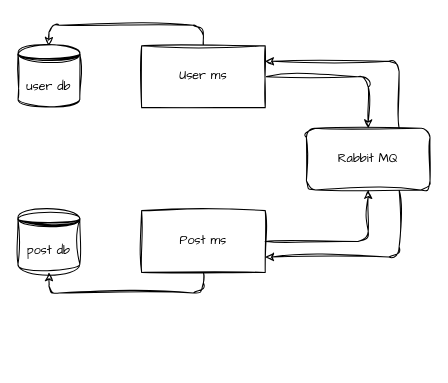
This is docs/list_architect.drawio from bigracooon/todolist, a draw.io file, before an edit. Source tidied: cells renumbered, new cells numbered last; positions are measured from the earlier drawing's top-left corner, leaving out a move shared by most shapes. Both pictures are drawn from the tidied source at 103%, with x=0, y=0 at pixel (18, 45).
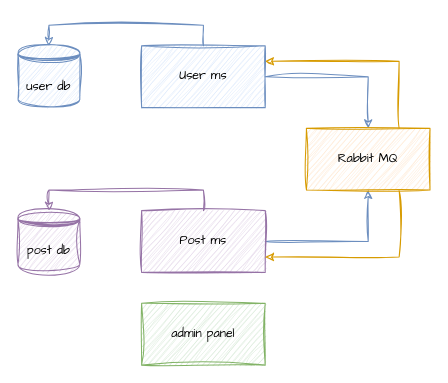
Above is the later version.

What changed in the source:
```diff
@@
 <mxGraphModel>
   <root>
     <mxCell id="0" />
     <mxCell id="1" parent="0" />
-    <mxCell id="2" style="edgeStyle=orthogonalEdgeStyle;rounded=1;sketch=1;hachureGap=4;jiggle=2;curveFitting=1;jettySize=auto;html=1;exitX=1;exitY=0.5;exitDx=0;exitDy=0;entryX=0.5;entryY=0;entryDx=0;entryDy=0;fontFamily=Architects Daughter;" parent="1" edge="1" source="4" target="10">
+    <mxCell id="2" style="edgeStyle=orthogonalEdgeStyle;rounded=0;hachureGap=4;jiggle=2;curveFitting=1;jettySize=auto;html=1;exitX=1;exitY=0.5;exitDx=0;exitDy=0;entryX=0.5;entryY=0;entryDx=0;entryDy=0;fontFamily=Architects Daughter;fillColor=#dae8fc;strokeColor=#6c8ebf;sketch=1;" parent="1" edge="1" source="4" target="10">
       <mxGeometry relative="1" as="geometry" />
     </mxCell>
-    <mxCell id="3" style="edgeStyle=orthogonalEdgeStyle;rounded=1;sketch=1;hachureGap=4;jiggle=2;curveFitting=1;jettySize=auto;html=1;exitX=0.5;exitY=0;exitDx=0;exitDy=0;entryX=0.5;entryY=0;entryDx=0;entryDy=0;fontFamily=Architects Daughter;" parent="1" edge="1" source="4" target="11">
+    <mxCell id="3" style="edgeStyle=orthogonalEdgeStyle;rounded=0;hachureGap=4;jiggle=2;curveFitting=1;jettySize=auto;html=1;exitX=0.5;exitY=0;exitDx=0;exitDy=0;entryX=0.5;entryY=0;entryDx=0;entryDy=0;fontFamily=Architects Daughter;fillColor=#dae8fc;strokeColor=#6c8ebf;sketch=1;" parent="1" edge="1" source="4" target="11">
       <mxGeometry relative="1" as="geometry" />
     </mxCell>
-    <mxCell id="4" value="User ms" style="rounded=0;whiteSpace=wrap;html=1;sketch=1;hachureGap=4;jiggle=2;curveFitting=1;fontFamily=Architects Daughter;" parent="1" vertex="1">
+    <mxCell id="4" value="User ms" style="rounded=0;whiteSpace=wrap;html=1;hachureGap=4;jiggle=2;curveFitting=1;fontFamily=Architects Daughter;fillColor=#dae8fc;strokeColor=#6c8ebf;sketch=1;" parent="1" vertex="1">
       <mxGeometry x="120" width="120" height="60" as="geometry" />
     </mxCell>
-    <mxCell id="5" style="edgeStyle=orthogonalEdgeStyle;rounded=1;sketch=1;hachureGap=4;jiggle=2;curveFitting=1;jettySize=auto;html=1;exitX=1;exitY=0.5;exitDx=0;exitDy=0;entryX=0.5;entryY=1;entryDx=0;entryDy=0;fontFamily=Architects Daughter;" parent="1" edge="1" source="7" target="10">
+    <mxCell id="5" style="edgeStyle=orthogonalEdgeStyle;rounded=0;hachureGap=4;jiggle=2;curveFitting=1;jettySize=auto;html=1;exitX=1;exitY=0.5;exitDx=0;exitDy=0;entryX=0.5;entryY=1;entryDx=0;entryDy=0;fontFamily=Architects Daughter;fillColor=#dae8fc;strokeColor=#6c8ebf;sketch=1;" parent="1" edge="1" source="7" target="10">
       <mxGeometry relative="1" as="geometry" />
     </mxCell>
-    <mxCell id="6" style="edgeStyle=orthogonalEdgeStyle;rounded=1;sketch=1;hachureGap=4;jiggle=2;curveFitting=1;jettySize=auto;html=1;exitX=0.5;exitY=1;exitDx=0;exitDy=0;entryX=0.5;entryY=1;entryDx=0;entryDy=0;fontFamily=Architects Daughter;" parent="1" edge="1" source="7" target="12">
+    <mxCell id="6" style="edgeStyle=orthogonalEdgeStyle;rounded=0;hachureGap=4;jiggle=2;curveFitting=1;jettySize=auto;html=1;exitX=0.5;exitY=0;exitDx=0;exitDy=0;entryX=0.5;entryY=0;entryDx=0;entryDy=0;fontFamily=Architects Daughter;fillColor=#e1d5e7;strokeColor=#9673a6;sketch=1;" parent="1" edge="1" source="7" target="12">
       <mxGeometry relative="1" as="geometry" />
     </mxCell>
-    <mxCell id="7" value="Post ms" style="rounded=0;whiteSpace=wrap;html=1;sketch=1;hachureGap=4;jiggle=2;curveFitting=1;fontFamily=Architects Daughter;" parent="1" vertex="1">
+    <mxCell id="7" value="Post ms" style="rounded=0;whiteSpace=wrap;html=1;hachureGap=4;jiggle=2;curveFitting=1;fontFamily=Architects Daughter;fillColor=#e1d5e7;strokeColor=#9673a6;sketch=1;" parent="1" vertex="1">
       <mxGeometry x="120" y="160" width="120" height="60" as="geometry" />
     </mxCell>
-    <mxCell id="8" style="edgeStyle=orthogonalEdgeStyle;rounded=1;sketch=1;hachureGap=4;jiggle=2;curveFitting=1;jettySize=auto;html=1;exitX=0.75;exitY=0;exitDx=0;exitDy=0;entryX=1;entryY=0.25;entryDx=0;entryDy=0;fontFamily=Architects Daughter;" parent="1" edge="1" source="10" target="4">
+    <mxCell id="8" style="edgeStyle=orthogonalEdgeStyle;rounded=0;hachureGap=4;jiggle=2;curveFitting=1;jettySize=auto;html=1;exitX=0.75;exitY=0;exitDx=0;exitDy=0;entryX=1;entryY=0.25;entryDx=0;entryDy=0;fontFamily=Architects Daughter;fillColor=#ffe6cc;strokeColor=#d79b00;sketch=1;" parent="1" edge="1" source="10" target="4">
       <mxGeometry relative="1" as="geometry" />
     </mxCell>
-    <mxCell id="9" style="edgeStyle=orthogonalEdgeStyle;rounded=1;sketch=1;hachureGap=4;jiggle=2;curveFitting=1;jettySize=auto;html=1;exitX=0.75;exitY=1;exitDx=0;exitDy=0;entryX=1;entryY=0.75;entryDx=0;entryDy=0;fontFamily=Architects Daughter;" parent="1" edge="1" source="10" target="7">
+    <mxCell id="9" style="edgeStyle=orthogonalEdgeStyle;rounded=0;hachureGap=4;jiggle=2;curveFitting=1;jettySize=auto;html=1;exitX=0.75;exitY=1;exitDx=0;exitDy=0;entryX=1;entryY=0.75;entryDx=0;entryDy=0;fontFamily=Architects Daughter;fillColor=#ffe6cc;strokeColor=#d79b00;sketch=1;" parent="1" edge="1" source="10" target="7">
       <mxGeometry relative="1" as="geometry" />
     </mxCell>
-    <mxCell id="10" value="Rabbit MQ" style="rounded=1;whiteSpace=wrap;html=1;sketch=1;hachureGap=4;jiggle=2;curveFitting=1;fontFamily=Architects Daughter;" parent="1" vertex="1">
+    <mxCell id="10" value="Rabbit MQ" style="rounded=0;whiteSpace=wrap;html=1;hachureGap=4;jiggle=2;curveFitting=1;fontFamily=Architects Daughter;fillColor=#ffe6cc;strokeColor=#d79b00;sketch=1;" parent="1" vertex="1">
       <mxGeometry x="280" y="80" width="120" height="60" as="geometry" />
     </mxCell>
-    <mxCell id="11" value="user db" style="shape=datastore;whiteSpace=wrap;html=1;rounded=1;sketch=1;hachureGap=4;jiggle=2;curveFitting=1;fontFamily=Architects Daughter;" parent="1" vertex="1">
+    <mxCell id="11" value="user db" style="shape=datastore;whiteSpace=wrap;html=1;rounded=0;hachureGap=4;jiggle=2;curveFitting=1;fontFamily=Architects Daughter;fillColor=#dae8fc;strokeColor=#6c8ebf;sketch=1;" parent="1" vertex="1">
       <mxGeometry width="60" height="60" as="geometry" />
     </mxCell>
-    <mxCell id="12" value="post db" style="shape=datastore;whiteSpace=wrap;html=1;rounded=1;sketch=1;hachureGap=4;jiggle=2;curveFitting=1;fontFamily=Architects Daughter;" parent="1" vertex="1">
+    <mxCell id="12" value="post db" style="shape=datastore;whiteSpace=wrap;html=1;rounded=0;hachureGap=4;jiggle=2;curveFitting=1;fontFamily=Architects Daughter;fillColor=#e1d5e7;strokeColor=#9673a6;sketch=1;" parent="1" vertex="1">
       <mxGeometry y="160" width="60" height="60" as="geometry" />
     </mxCell>
+    <mxCell id="13" value="admin panel" style="rounded=0;whiteSpace=wrap;html=1;sketch=1;hachureGap=4;jiggle=2;fontFamily=Architects Daughter;fontSize=12;fillColor=#d5e8d4;strokeColor=#82b366;" parent="1" vertex="1">
+      <mxGeometry x="120" y="250" width="120" height="60" as="geometry" />
+    </mxCell>
   </root>
 </mxGraphModel>
```
